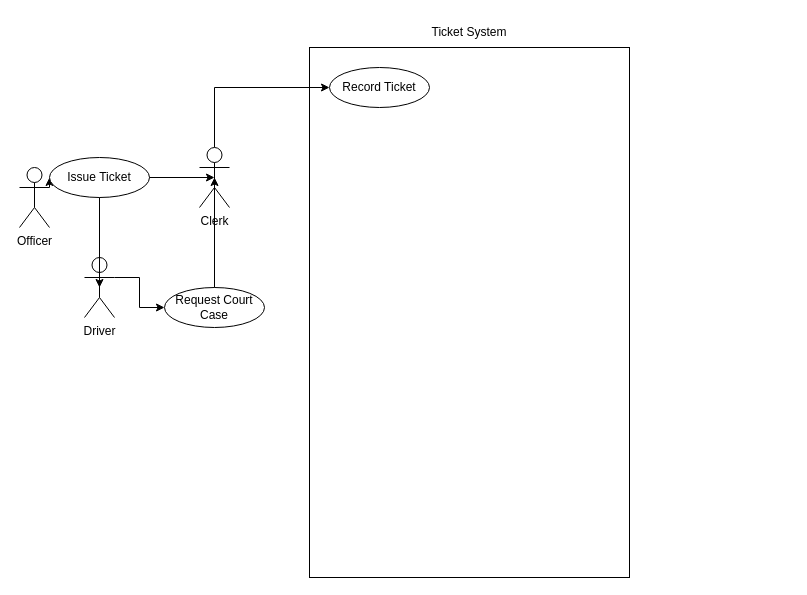
Above: Old Ticket System.drawio in NiccyNet1989/Test3 (draw.io), before the change. Source tidied: cells renumbered, new cells numbered last; positions are measured from the earlier drawing's top-left corner, leaving out a move shared by most shapes. Both pictures are drawn from the tidied source at 100%, with x=0, y=0 at pixel (19, 17).
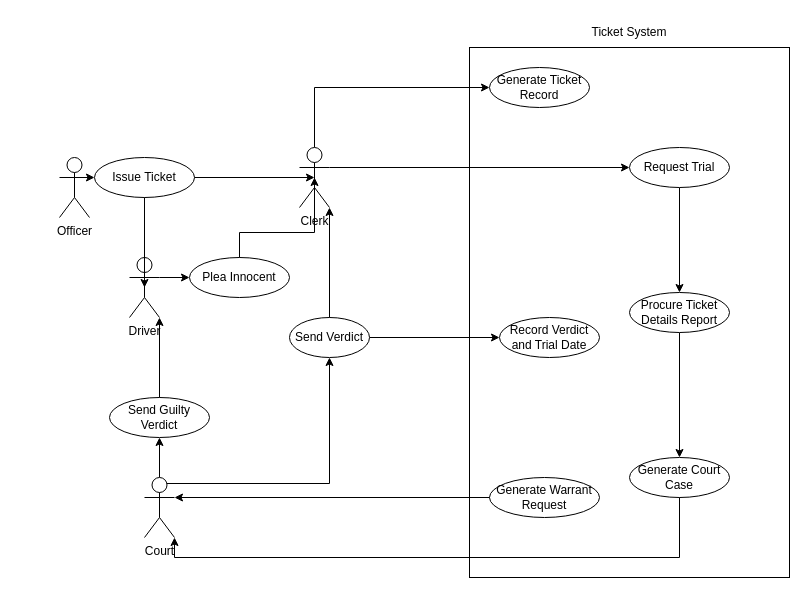
Above is the later version.

Change to the diagram source:
```diff
@@
     <mxCell id="2" style="rounded=0;whiteSpace=wrap;html=1;" parent="1" vertex="1">
-      <mxGeometry x="290" y="30" width="320" height="530" as="geometry" />
+      <mxGeometry x="450" y="30" width="320" height="530" as="geometry" />
     </mxCell>
     <mxCell id="3" value="Ticket System" style="text;html=1;align=center;verticalAlign=middle;whiteSpace=wrap;rounded=0;" parent="1" vertex="1">
-      <mxGeometry x="410" width="80" height="30" as="geometry" />
+      <mxGeometry x="570" width="80" height="30" as="geometry" />
     </mxCell>
@@
     <mxCell id="5" value="Officer" style="shape=umlActor;verticalLabelPosition=bottom;verticalAlign=top;html=1;outlineConnect=0;" parent="1" vertex="1">
-      <mxGeometry y="150" width="30" height="60" as="geometry" />
+      <mxGeometry x="40" y="140" width="30" height="60" as="geometry" />
     </mxCell>
-    <mxCell id="6" value="Record Ticket" style="ellipse;whiteSpace=wrap;html=1;align=center;" parent="1" vertex="1">
-      <mxGeometry x="310" y="50" width="100" height="40" as="geometry" />
+    <mxCell id="6" value="Generate Ticket Record" style="ellipse;whiteSpace=wrap;html=1;align=center;" parent="1" vertex="1">
+      <mxGeometry x="470" y="50" width="100" height="40" as="geometry" />
     </mxCell>
@@
     <mxCell id="8" value="Driver" style="shape=umlActor;verticalLabelPosition=bottom;verticalAlign=top;html=1;" parent="1" vertex="1">
-      <mxGeometry x="65" y="240" width="30" height="60" as="geometry" />
+      <mxGeometry x="110" y="240" width="30" height="60" as="geometry" />
     </mxCell>
     <mxCell id="9" value="Issue&lt;span style=&quot;background-color: transparent; color: light-dark(rgb(0, 0, 0), rgb(255, 255, 255));&quot;&gt;&amp;nbsp;Ticket&lt;/span&gt;" style="ellipse;whiteSpace=wrap;html=1;align=center;" parent="1" vertex="1">
-      <mxGeometry x="30" y="140" width="100" height="40" as="geometry" />
+      <mxGeometry x="75" y="140" width="100" height="40" as="geometry" />
     </mxCell>
@@
+    <mxCell id="16" style="edgeStyle=orthogonalEdgeStyle;rounded=0;jettySize=auto;html=1;exitX=1;exitY=0.3333333333333333;exitDx=0;exitDy=0;exitPerimeter=0;entryX=0;entryY=0.5;entryDx=0;entryDy=0;" parent="1" edge="1" source="12" target="28">
+      <mxGeometry relative="1" as="geometry" />
+    </mxCell>
     <mxCell id="12" value="Clerk" style="shape=umlActor;verticalLabelPosition=bottom;verticalAlign=top;html=1;outlineConnect=0;" parent="1" vertex="1">
-      <mxGeometry x="180" y="130" width="30" height="60" as="geometry" />
+      <mxGeometry x="280" y="130" width="30" height="60" as="geometry" />
     </mxCell>
@@
-    <mxCell id="14" value="Request Court Case" style="ellipse;whiteSpace=wrap;html=1;align=center;" parent="1" vertex="1">
-      <mxGeometry x="145" y="270" width="100" height="40" as="geometry" />
+    <mxCell id="14" value="Plea Innocent" style="ellipse;whiteSpace=wrap;html=1;align=center;" parent="1" vertex="1">
+      <mxGeometry x="170" y="240" width="100" height="40" as="geometry" />
     </mxCell>
@@
+    <mxCell id="17" value="Generate Court Case" style="ellipse;whiteSpace=wrap;html=1;align=center;" parent="1" vertex="1">
+      <mxGeometry x="610" y="440" width="100" height="40" as="geometry" />
+    </mxCell>
+    <mxCell id="18" style="edgeStyle=orthogonalEdgeStyle;rounded=0;jettySize=auto;html=1;exitX=0.5;exitY=0;exitDx=0;exitDy=0;exitPerimeter=0;entryX=0.5;entryY=1;entryDx=0;entryDy=0;" parent="1" edge="1" source="20" target="21">
+      <mxGeometry relative="1" as="geometry" />
+    </mxCell>
+    <mxCell id="19" style="edgeStyle=orthogonalEdgeStyle;rounded=0;jettySize=auto;html=1;exitX=0.75;exitY=0.1;exitDx=0;exitDy=0;exitPerimeter=0;entryX=0.5;entryY=1;entryDx=0;entryDy=0;" parent="1" edge="1" source="20" target="24">
+      <mxGeometry relative="1" as="geometry" />
+    </mxCell>
+    <mxCell id="20" value="Court" style="shape=umlActor;verticalLabelPosition=bottom;verticalAlign=top;html=1;outlineConnect=0;" parent="1" vertex="1">
+      <mxGeometry x="125" y="460" width="30" height="60" as="geometry" />
+    </mxCell>
+    <mxCell id="21" value="Send Guilty Verdict" style="ellipse;whiteSpace=wrap;html=1;align=center;" parent="1" vertex="1">
+      <mxGeometry x="90" y="380" width="100" height="40" as="geometry" />
+    </mxCell>
+    <mxCell id="22" style="edgeStyle=orthogonalEdgeStyle;rounded=0;jettySize=auto;html=1;exitX=0.5;exitY=0;exitDx=0;exitDy=0;entryX=1;entryY=1;entryDx=0;entryDy=0;entryPerimeter=0;" parent="1" edge="1" source="21" target="8">
+      <mxGeometry relative="1" as="geometry" />
+    </mxCell>
+    <mxCell id="23" style="edgeStyle=orthogonalEdgeStyle;rounded=0;jettySize=auto;html=1;exitX=1;exitY=0.5;exitDx=0;exitDy=0;entryX=0;entryY=0.5;entryDx=0;entryDy=0;" parent="1" edge="1" source="24" target="26">
+      <mxGeometry relative="1" as="geometry" />
+    </mxCell>
+    <mxCell id="24" value="Send Verdict" style="ellipse;whiteSpace=wrap;html=1;align=center;" parent="1" vertex="1">
+      <mxGeometry x="270" y="300" width="80" height="40" as="geometry" />
+    </mxCell>
+    <mxCell id="25" style="edgeStyle=orthogonalEdgeStyle;rounded=0;jettySize=auto;html=1;exitX=0.5;exitY=0;exitDx=0;exitDy=0;entryX=1;entryY=1;entryDx=0;entryDy=0;entryPerimeter=0;" parent="1" edge="1" source="24" target="12">
+      <mxGeometry relative="1" as="geometry" />
+    </mxCell>
+    <mxCell id="26" value="Record Verdict and Trial Date" style="ellipse;whiteSpace=wrap;html=1;align=center;" parent="1" vertex="1">
+      <mxGeometry x="480" y="300" width="100" height="40" as="geometry" />
+    </mxCell>
+    <mxCell id="27" style="edgeStyle=orthogonalEdgeStyle;rounded=0;jettySize=auto;html=1;exitX=0.5;exitY=1;exitDx=0;exitDy=0;entryX=0.5;entryY=0;entryDx=0;entryDy=0;" parent="1" edge="1" source="28" target="33">
+      <mxGeometry relative="1" as="geometry" />
+    </mxCell>
+    <mxCell id="28" value="Request Trial" style="ellipse;whiteSpace=wrap;html=1;align=center;" parent="1" vertex="1">
+      <mxGeometry x="610" y="130" width="100" height="40" as="geometry" />
+    </mxCell>
+    <mxCell id="29" style="edgeStyle=orthogonalEdgeStyle;rounded=0;jettySize=auto;html=1;exitX=0.5;exitY=1;exitDx=0;exitDy=0;entryX=1;entryY=1;entryDx=0;entryDy=0;entryPerimeter=0;" parent="1" edge="1" source="17" target="20">
+      <mxGeometry relative="1" as="geometry" />
+    </mxCell>
+    <mxCell id="30" value="Generate Warrant Request" style="ellipse;whiteSpace=wrap;html=1;align=center;" parent="1" vertex="1">
+      <mxGeometry x="470" y="460" width="110" height="40" as="geometry" />
+    </mxCell>
+    <mxCell id="31" style="edgeStyle=orthogonalEdgeStyle;rounded=0;jettySize=auto;html=1;exitX=0;exitY=0.5;exitDx=0;exitDy=0;entryX=1;entryY=0.3333333333333333;entryDx=0;entryDy=0;entryPerimeter=0;" parent="1" edge="1" source="30" target="20">
+      <mxGeometry relative="1" as="geometry" />
+    </mxCell>
+    <mxCell id="32" style="edgeStyle=orthogonalEdgeStyle;rounded=0;jettySize=auto;html=1;exitX=0.5;exitY=1;exitDx=0;exitDy=0;entryX=0.5;entryY=0;entryDx=0;entryDy=0;" parent="1" edge="1" source="33" target="17">
+      <mxGeometry relative="1" as="geometry" />
+    </mxCell>
+    <mxCell id="33" value="Procure Ticket Details Report" style="ellipse;whiteSpace=wrap;html=1;align=center;" parent="1" vertex="1">
+      <mxGeometry x="610" y="275" width="100" height="40" as="geometry" />
+    </mxCell>
```
